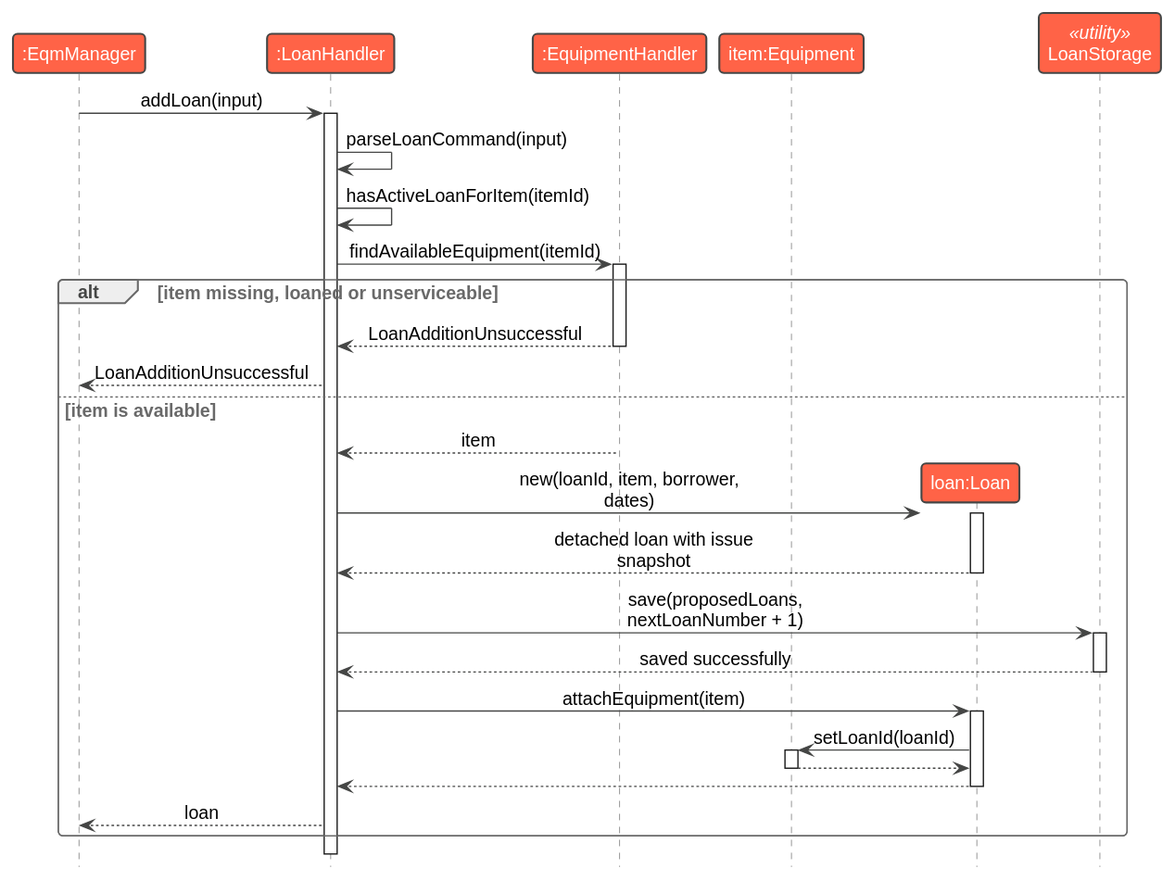
AY2627S1-CS2113-W13-1/tp keeps this PlantUML diagram as docs/images/LoanAdditionSequence.svg. Above is the earlier version.
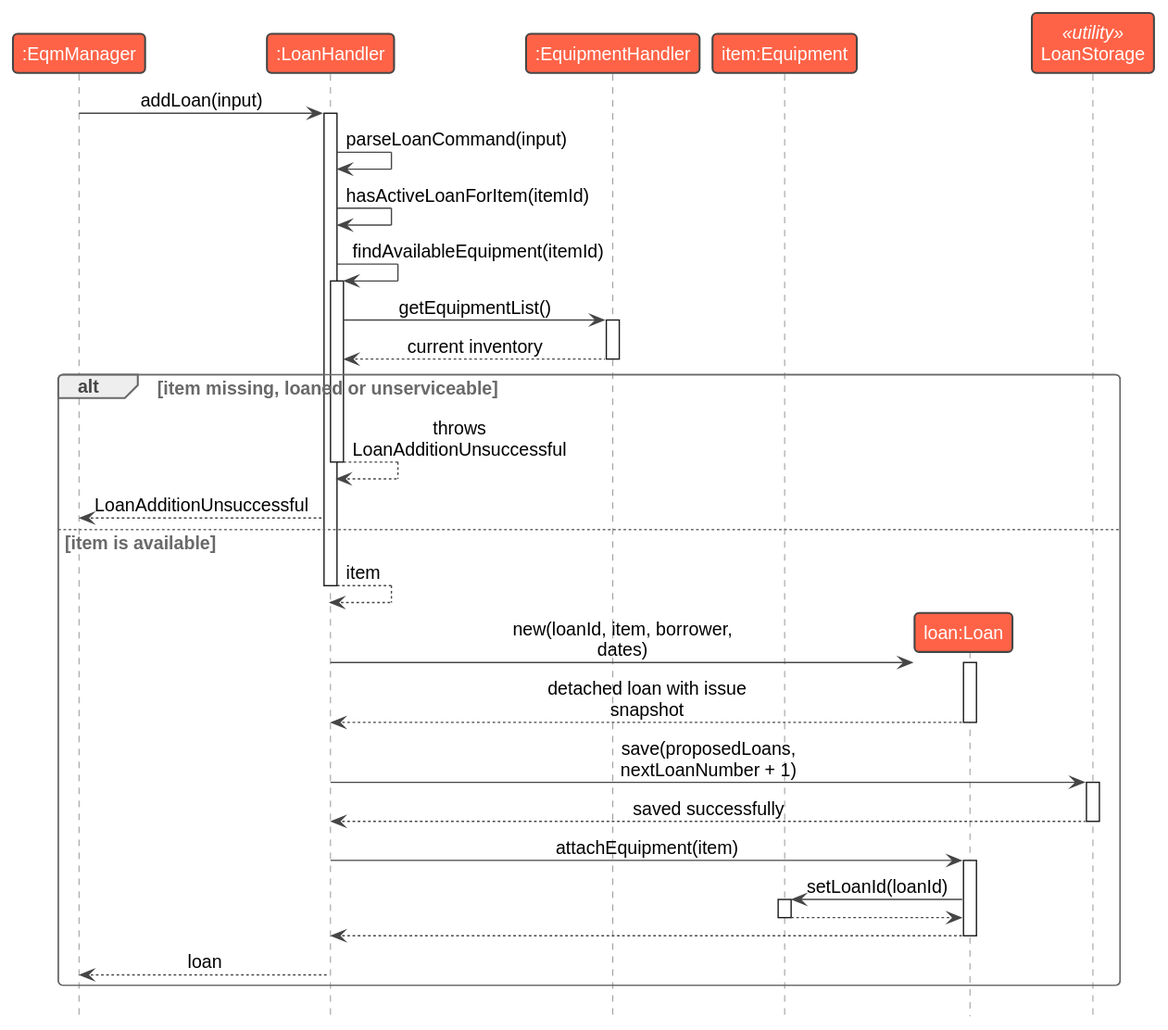
After the commit.

What changed in the source:
```diff
@@ -15,15 +15,19 @@
 activate Handler
 Handler -> Handler: parseLoanCommand(input)
 Handler -> Handler: hasActiveLoanForItem(itemId)
-Handler -> Inventory: findAvailableEquipment(itemId)
+Handler -> Handler: findAvailableEquipment(itemId)
+activate Handler
+Handler -> Inventory: getEquipmentList()
 activate Inventory
+Inventory --> Handler: current inventory
+deactivate Inventory
 alt item missing, loaned or unserviceable
-    Inventory --> Handler: LoanAdditionUnsuccessful
-    deactivate Inventory
+    Handler --> Handler: throws LoanAdditionUnsuccessful
+    deactivate Handler
     Handler --> Manager: LoanAdditionUnsuccessful
 else item is available
-    Inventory --> Handler: item
-    deactivate Inventory
+    Handler --> Handler: item
+    deactivate Handler
     create Loan
     Handler -> Loan: new(loanId, item, borrower, dates)
     activate Loan
```
